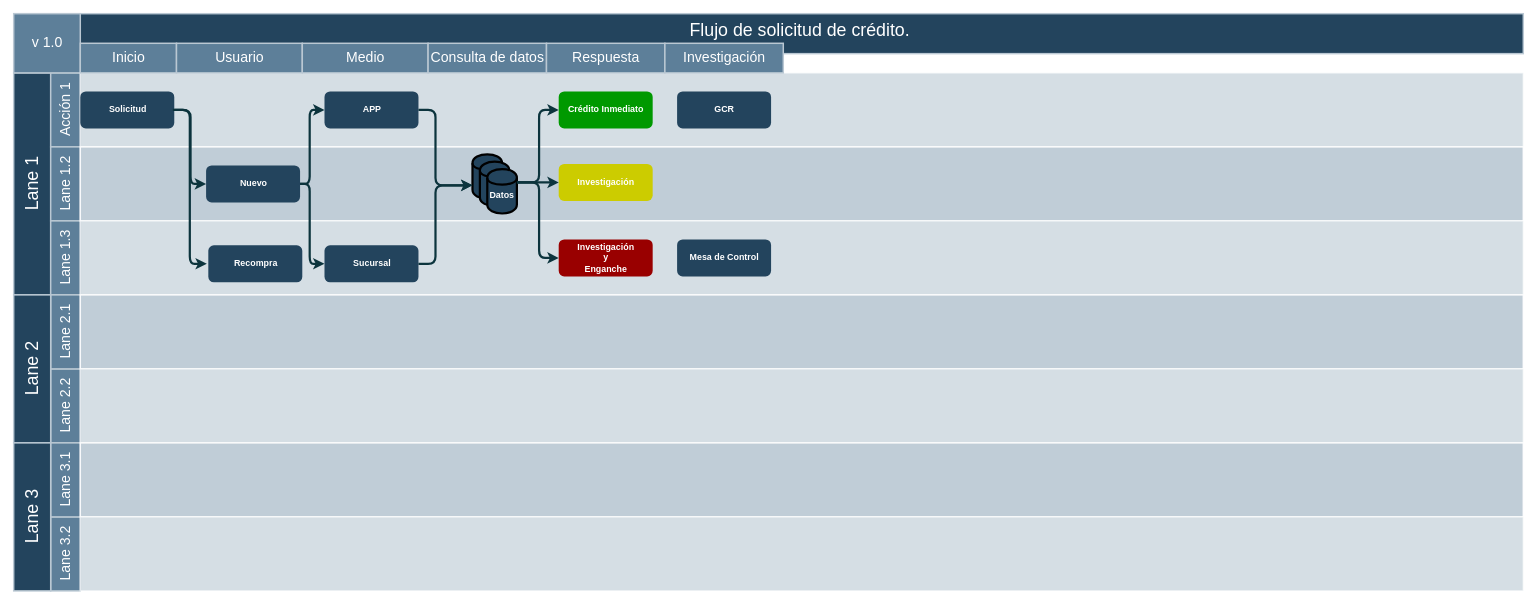
The draw.io diagram Untitled Diagram.drawio in ChristianG-M/WEB, before the edit. Source tidied: cells renumbered, new cells numbered last; positions are measured from the earlier drawing's top-left corner, leaving out a move shared by most shapes. Both pictures are drawn from the tidied source at 74%, with x=0, y=0 at pixel (13, 13).
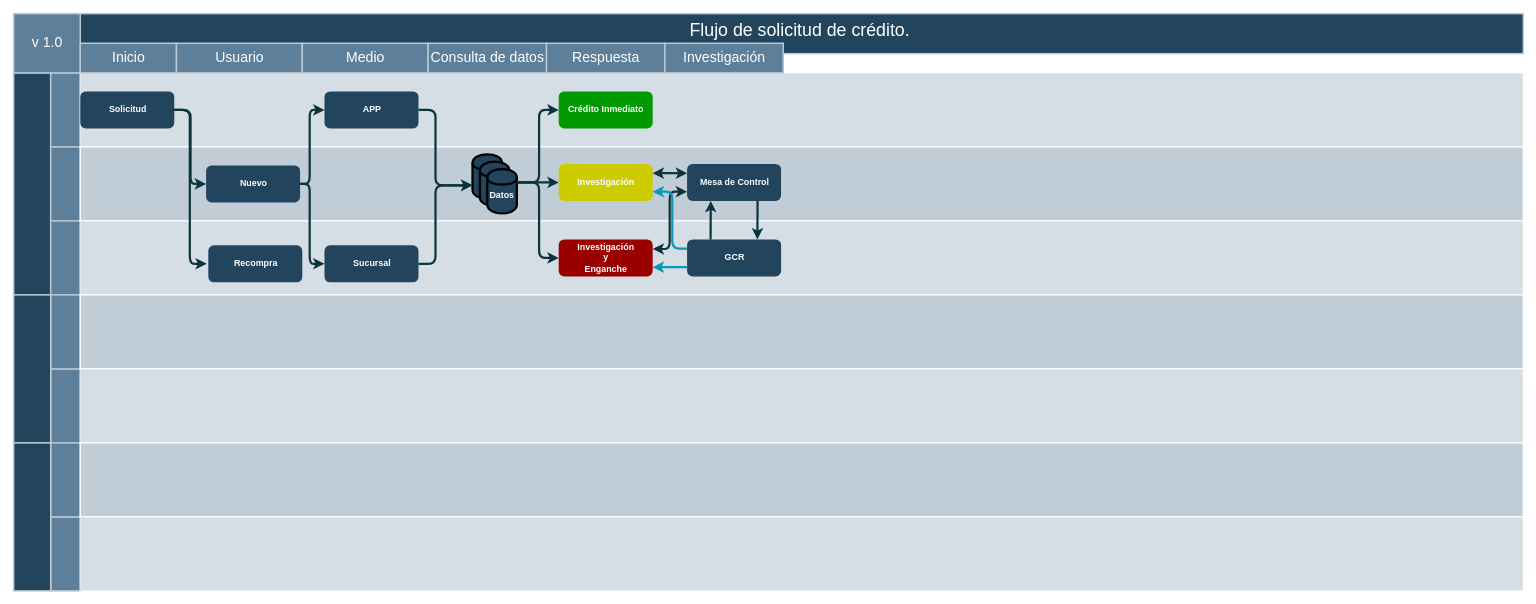
Above is the later version.

Unchanged cells that the change refers to:
```xml
<mxCell id="40" value="&lt;div&gt;&lt;font color=&quot;#FFFFFF&quot;&gt;&lt;b&gt;Investigación&lt;/b&gt;&lt;/font&gt;&lt;/div&gt;&lt;div&gt;&lt;font color=&quot;#FFFFFF&quot;&gt;&lt;b&gt;y&lt;/b&gt;&lt;/font&gt;&lt;/div&gt;&lt;div&gt;&lt;font color=&quot;#FFFFFF&quot;&gt;&lt;b&gt; Enganche&lt;/b&gt;&lt;/font&gt;&lt;/div&gt;" style="rounded=1;strokeColor=none;strokeWidth=2;fontFamily=Helvetica;html=1;gradientColor=none;fillColor=#990000;" parent="1" vertex="1">
  <mxGeometry x="736.5" y="305" width="127" height="50" as="geometry" />
</mxCell>
<mxCell id="42" value="&lt;font color=&quot;#FFFFFF&quot;&gt;&lt;b&gt;Investigación&lt;/b&gt;&lt;/font&gt;" style="rounded=1;strokeColor=none;strokeWidth=2;fontFamily=Helvetica;html=1;gradientColor=none;fillColor=#CCCC00;" parent="1" vertex="1">
  <mxGeometry x="736.5" y="203" width="127" height="50" as="geometry" />
</mxCell>
```

Diff of the diagram source:
```diff
@@
-    <mxCell id="3" value="Lane 1" style="strokeColor=#BAC8D3;fillColor=#23445D;fontSize=24;strokeWidth=2;horizontal=0;fontFamily=Helvetica;html=1;fontColor=#FFFFFF;fontStyle=0;" parent="1" vertex="1">
+    <mxCell id="3" style="strokeColor=#BAC8D3;fillColor=#23445D;fontSize=24;strokeWidth=2;horizontal=0;fontFamily=Helvetica;html=1;fontColor=#FFFFFF;fontStyle=0;" parent="1" vertex="1">
       <mxGeometry y="80" width="50" height="300" as="geometry" />
     </mxCell>
-    <mxCell id="4" value="Acción 1" style="strokeColor=#BAC8D3;fillColor=#5d7f99;fontSize=19;strokeWidth=2;horizontal=0;fontFamily=Helvetica;html=1;labelBackgroundColor=none;fontColor=#FFFFFF;" parent="1" vertex="1">
+    <mxCell id="4" style="strokeColor=#BAC8D3;fillColor=#5d7f99;fontSize=19;strokeWidth=2;horizontal=0;fontFamily=Helvetica;html=1;labelBackgroundColor=none;fontColor=#FFFFFF;" parent="1" vertex="1">
       <mxGeometry x="50" y="80" width="40" height="100" as="geometry" />
     </mxCell>
@@
-    <mxCell id="6" value="Lane 1.2" style="strokeColor=#BAC8D3;fillColor=#5d7f99;fontSize=19;strokeWidth=2;horizontal=0;fontFamily=Helvetica;html=1;labelBackgroundColor=none;fontColor=#FFFFFF;" parent="1" vertex="1">
+    <mxCell id="6" style="strokeColor=#BAC8D3;fillColor=#5d7f99;fontSize=19;strokeWidth=2;horizontal=0;fontFamily=Helvetica;html=1;labelBackgroundColor=none;fontColor=#FFFFFF;" parent="1" vertex="1">
       <mxGeometry x="50" y="180" width="40" height="100" as="geometry" />
     </mxCell>
-    <mxCell id="7" value="Lane 1.3" style="strokeColor=#BAC8D3;fillColor=#5d7f99;fontSize=19;strokeWidth=2;horizontal=0;fontFamily=Helvetica;html=1;labelBackgroundColor=none;fontColor=#FFFFFF;" parent="1" vertex="1">
+    <mxCell id="7" style="strokeColor=#BAC8D3;fillColor=#5d7f99;fontSize=19;strokeWidth=2;horizontal=0;fontFamily=Helvetica;html=1;labelBackgroundColor=none;fontColor=#FFFFFF;" parent="1" vertex="1">
       <mxGeometry x="50" y="280" width="40" height="100" as="geometry" />
     </mxCell>
-    <mxCell id="8" value="Lane 2.2" style="strokeColor=#BAC8D3;fillColor=#5d7f99;fontSize=19;strokeWidth=2;horizontal=0;fontFamily=Helvetica;html=1;labelBackgroundColor=none;fontColor=#FFFFFF;" parent="1" vertex="1">
+    <mxCell id="8" style="strokeColor=#BAC8D3;fillColor=#5d7f99;fontSize=19;strokeWidth=2;horizontal=0;fontFamily=Helvetica;html=1;labelBackgroundColor=none;fontColor=#FFFFFF;" parent="1" vertex="1">
       <mxGeometry x="50" y="480" width="40" height="100" as="geometry" />
     </mxCell>
-    <mxCell id="9" value="Lane 2.1" style="strokeColor=#BAC8D3;fillColor=#5d7f99;fontSize=19;strokeWidth=2;horizontal=0;fontFamily=Helvetica;html=1;labelBackgroundColor=none;fontColor=#FFFFFF;" parent="1" vertex="1">
+    <mxCell id="9" style="strokeColor=#BAC8D3;fillColor=#5d7f99;fontSize=19;strokeWidth=2;horizontal=0;fontFamily=Helvetica;html=1;labelBackgroundColor=none;fontColor=#FFFFFF;" parent="1" vertex="1">
       <mxGeometry x="50" y="380" width="40" height="100" as="geometry" />
     </mxCell>
-    <mxCell id="10" value="Lane 2" style="strokeColor=#BAC8D3;fillColor=#23445D;fontSize=24;strokeWidth=2;horizontal=0;fontFamily=Helvetica;html=1;fontColor=#FFFFFF;fontStyle=0;" parent="1" vertex="1">
+    <mxCell id="10" style="strokeColor=#BAC8D3;fillColor=#23445D;fontSize=24;strokeWidth=2;horizontal=0;fontFamily=Helvetica;html=1;fontColor=#FFFFFF;fontStyle=0;" parent="1" vertex="1">
       <mxGeometry y="380" width="50" height="200" as="geometry" />
     </mxCell>
-    <mxCell id="11" value="Lane 3.2" style="strokeColor=#BAC8D3;fillColor=#5d7f99;fontSize=19;strokeWidth=2;horizontal=0;fontFamily=Helvetica;html=1;labelBackgroundColor=none;fontColor=#FFFFFF;" parent="1" vertex="1">
+    <mxCell id="11" style="strokeColor=#BAC8D3;fillColor=#5d7f99;fontSize=19;strokeWidth=2;horizontal=0;fontFamily=Helvetica;html=1;labelBackgroundColor=none;fontColor=#FFFFFF;" parent="1" vertex="1">
       <mxGeometry x="50" y="680" width="40" height="100" as="geometry" />
     </mxCell>
-    <mxCell id="12" value="Lane 3.1" style="strokeColor=#BAC8D3;fillColor=#5d7f99;fontSize=19;strokeWidth=2;horizontal=0;fontFamily=Helvetica;html=1;labelBackgroundColor=none;fontColor=#FFFFFF;" parent="1" vertex="1">
+    <mxCell id="12" style="strokeColor=#BAC8D3;fillColor=#5d7f99;fontSize=19;strokeWidth=2;horizontal=0;fontFamily=Helvetica;html=1;labelBackgroundColor=none;fontColor=#FFFFFF;" parent="1" vertex="1">
       <mxGeometry x="50" y="580" width="40" height="100" as="geometry" />
     </mxCell>
-    <mxCell id="13" value="Lane 3" style="strokeColor=#BAC8D3;fillColor=#23445D;fontSize=24;strokeWidth=2;horizontal=0;fontFamily=Helvetica;html=1;fontColor=#FFFFFF;fontStyle=0;" parent="1" vertex="1">
+    <mxCell id="13" style="strokeColor=#BAC8D3;fillColor=#23445D;fontSize=24;strokeWidth=2;horizontal=0;fontFamily=Helvetica;html=1;fontColor=#FFFFFF;fontStyle=0;" parent="1" vertex="1">
       <mxGeometry y="580" width="50" height="200" as="geometry" />
     </mxCell>
@@
     <mxCell id="48" value="&lt;font color=&quot;#FFFFFF&quot;&gt;&lt;b&gt;GCR&lt;/b&gt;&lt;/font&gt;" style="rounded=1;fillColor=#23445D;strokeColor=none;strokeWidth=2;fontFamily=Helvetica;html=1;gradientColor=none;" parent="1" vertex="1">
-      <mxGeometry x="896.5" y="105" width="127" height="50" as="geometry" />
+      <mxGeometry x="910" y="305" width="127" height="50" as="geometry" />
     </mxCell>
@@
     <mxCell id="50" value="&lt;font color=&quot;#FFFFFF&quot;&gt;&lt;b&gt;Mesa de Control&lt;br&gt;&lt;/b&gt;&lt;/font&gt;" style="rounded=1;fillColor=#23445D;strokeColor=none;strokeWidth=2;fontFamily=Helvetica;html=1;gradientColor=none;" parent="1" vertex="1">
-      <mxGeometry x="896.5" y="305" width="127" height="50" as="geometry" />
+      <mxGeometry x="910" y="203" width="127" height="50" as="geometry" />
     </mxCell>
+    <mxCell id="51" style="edgeStyle=elbowEdgeStyle;elbow=horizontal;strokeWidth=3;strokeColor=#0C343D;fontFamily=Helvetica;html=1;exitX=0;exitY=0.25;exitDx=0;exitDy=0;entryX=1;entryY=0.25;entryDx=0;entryDy=0;startArrow=classic;startFill=1;" parent="1" edge="1" source="50" target="42">
+      <mxGeometry x="400.1" y="785" as="geometry">
+        <Array as="points">
+          <mxPoint x="880" y="243" />
+          <mxPoint x="920" y="246" />
+          <mxPoint x="930" y="316" />
+          <mxPoint x="943" y="399" />
+          <mxPoint x="946" y="489" />
+          <mxPoint x="979" y="618" />
+        </Array>
+      </mxGeometry>
+    </mxCell>
+    <mxCell id="52" style="edgeStyle=elbowEdgeStyle;elbow=horizontal;strokeWidth=3;strokeColor=#0C343D;fontFamily=Helvetica;html=1;startArrow=classic;startFill=1;exitX=0;exitY=0.75;exitDx=0;exitDy=0;" parent="1" edge="1" source="50" target="40">
+      <mxGeometry x="406.6" y="860" as="geometry">
+        <Array as="points">
+          <mxPoint x="886.5" y="318" />
+          <mxPoint x="926.5" y="321" />
+          <mxPoint x="936.5" y="391" />
+          <mxPoint x="949.5" y="474" />
+          <mxPoint x="952.5" y="564" />
+          <mxPoint x="985.5" y="693" />
+        </Array>
+      </mxGeometry>
+    </mxCell>
+    <mxCell id="53" style="edgeStyle=elbowEdgeStyle;elbow=horizontal;strokeWidth=3;strokeColor=#0C343D;fontFamily=Helvetica;html=1;exitX=0.75;exitY=1;exitDx=0;exitDy=0;entryX=0.75;entryY=0;entryDx=0;entryDy=0;" parent="1" edge="1" source="50" target="48">
+      <mxGeometry x="590.1" y="794" as="geometry">
+        <Array as="points">
+          <mxPoint x="1005" y="283" />
+          <mxPoint x="1110" y="255" />
+          <mxPoint x="1120" y="325" />
+          <mxPoint x="1133" y="408" />
+          <mxPoint x="1136" y="498" />
+          <mxPoint x="1169" y="627" />
+        </Array>
+      </mxGeometry>
+    </mxCell>
+    <mxCell id="54" style="edgeStyle=elbowEdgeStyle;elbow=horizontal;strokeWidth=3;strokeColor=#0C343D;fontFamily=Helvetica;html=1;exitX=0.25;exitY=0;exitDx=0;exitDy=0;entryX=0.25;entryY=1;entryDx=0;entryDy=0;" parent="1" edge="1" source="48" target="50">
+      <mxGeometry x="600.1" y="804" as="geometry">
+        <Array as="points">
+          <mxPoint x="942" y="283" />
+          <mxPoint x="1120" y="265" />
+          <mxPoint x="1130" y="335" />
+          <mxPoint x="1143" y="418" />
+          <mxPoint x="1146" y="508" />
+          <mxPoint x="1179" y="637" />
+        </Array>
+      </mxGeometry>
+    </mxCell>
+    <mxCell id="55" style="edgeStyle=elbowEdgeStyle;elbow=horizontal;strokeWidth=3;fontFamily=Helvetica;html=1;exitX=0;exitY=0.25;exitDx=0;exitDy=0;entryX=1;entryY=0.75;entryDx=0;entryDy=0;strokeColor=#0B97B5;" parent="1" edge="1" source="48" target="42">
+      <mxGeometry x="558.3" y="806" as="geometry">
+        <Array as="points">
+          <mxPoint x="890" y="283" />
+          <mxPoint x="1078.2" y="267" />
+          <mxPoint x="1088.2" y="337" />
+          <mxPoint x="1101.2" y="420" />
+          <mxPoint x="1104.2" y="510" />
+          <mxPoint x="1137.2" y="639" />
+        </Array>
+      </mxGeometry>
+    </mxCell>
+    <mxCell id="56" style="edgeStyle=elbowEdgeStyle;elbow=horizontal;strokeWidth=3;fontFamily=Helvetica;html=1;exitX=0;exitY=0.75;exitDx=0;exitDy=0;entryX=1;entryY=0.75;entryDx=0;entryDy=0;strokeColor=#0B97B5;" parent="1" edge="1" source="48" target="40">
+      <mxGeometry x="568.3" y="816" as="geometry">
+        <Array as="points">
+          <mxPoint x="880" y="330" />
+          <mxPoint x="1088.2" y="277" />
+          <mxPoint x="1098.2" y="347" />
+          <mxPoint x="1111.2" y="430" />
+          <mxPoint x="1114.2" y="520" />
+          <mxPoint x="1147.2" y="649" />
+        </Array>
+      </mxGeometry>
+    </mxCell>
```
